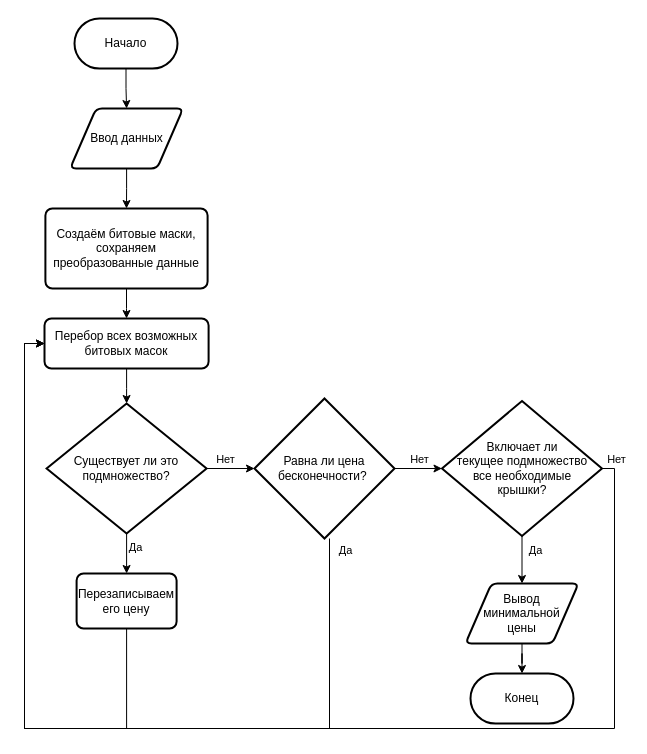
1mm0rTaLzzz/course-task-OOP keeps this draw.io diagram as Block diagram.drawio. Above is the earlier version. Source tidied: cells renumbered, new cells numbered last; positions are measured from the earlier drawing's top-left corner, leaving out a move shared by most shapes. Both pictures are drawn from the tidied source at 100%, with x=0, y=0 at pixel (24, 18).
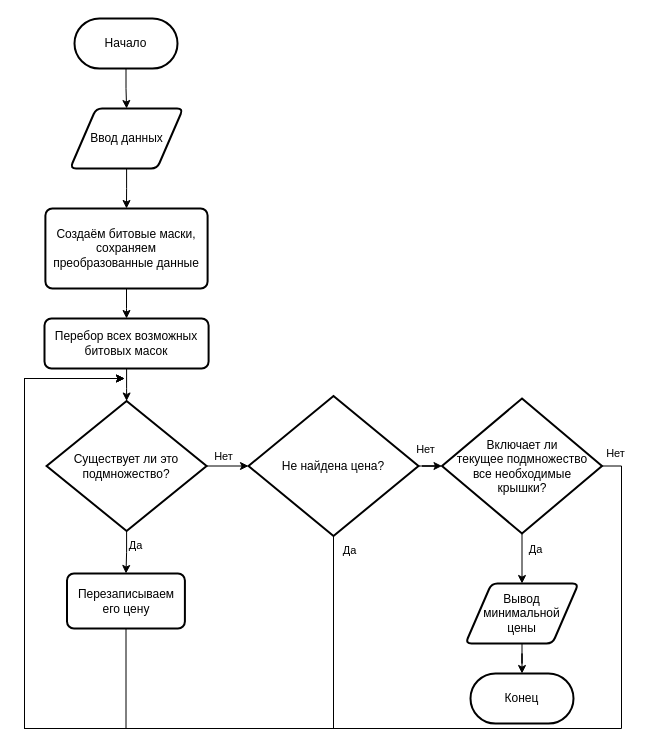
Above is the later version.

Unchanged cells that the change refers to:
```xml
<mxCell id="7" value="Перебор всех возможных битовых масок" style="rounded=1;whiteSpace=wrap;html=1;absoluteArcSize=1;arcSize=14;strokeWidth=2;" parent="1" vertex="1">
  <mxGeometry x="20" y="300" width="164.1" height="50" as="geometry" />
</mxCell>
<mxCell id="13" style="edgeStyle=orthogonalEdgeStyle;rounded=0;jettySize=auto;html=1;" parent="1" edge="1" source="17" target="22">
  <mxGeometry relative="1" as="geometry" />
</mxCell>
```

What changed in the source:
```diff
@@
     <mxCell id="12" value="Существует ли это подмножество?" style="strokeWidth=2;html=1;shape=mxgraph.flowchart.decision;whiteSpace=wrap;" parent="1" vertex="1">
-      <mxGeometry x="22.1" y="385" width="160" height="130" as="geometry" />
+      <mxGeometry x="22.1" y="382.5" width="160" height="130" as="geometry" />
     </mxCell>
@@
     <mxCell id="14" value="Нет" style="edgeLabel;html=1;align=center;verticalAlign=middle;" parent="13" vertex="1">
       <mxGeometry x="0.36" relative="1" as="geometry">
-        <mxPoint x="-8" y="-10" as="offset" />
+        <mxPoint x="1" y="-17" as="offset" />
       </mxGeometry>
     </mxCell>
-    <mxCell id="15" style="edgeStyle=orthogonalEdgeStyle;rounded=0;jettySize=auto;html=1;entryX=0;entryY=0.5;entryDx=0;entryDy=0;" parent="1" edge="1" source="17" target="7">
+    <mxCell id="15" style="edgeStyle=orthogonalEdgeStyle;rounded=0;jettySize=auto;html=1;exitX=0.5;exitY=1;exitDx=0;exitDy=0;exitPerimeter=0;" parent="1" edge="1" source="17">
       <mxGeometry relative="1" as="geometry">
+        <mxPoint x="100" y="360" as="targetPoint" />
         <Array as="points">
-          <mxPoint x="305" y="710" />
+          <mxPoint x="309" y="710" />
           <mxPoint y="710" />
-          <mxPoint y="325" />
+          <mxPoint y="360" />
+          <mxPoint x="20" y="360" />
         </Array>
       </mxGeometry>
     </mxCell>
@@
-    <mxCell id="17" value="Равна ли цена бесконечности?&amp;nbsp;" style="strokeWidth=2;html=1;shape=mxgraph.flowchart.decision;whiteSpace=wrap;" parent="1" vertex="1">
-      <mxGeometry x="230" y="380" width="140" height="140" as="geometry" />
+    <mxCell id="17" value="Не найдена цена?" style="strokeWidth=2;html=1;shape=mxgraph.flowchart.decision;whiteSpace=wrap;" parent="1" vertex="1">
+      <mxGeometry x="224" y="377.5" width="170" height="140" as="geometry" />
     </mxCell>
@@
-    <mxCell id="20" style="edgeStyle=orthogonalEdgeStyle;rounded=0;jettySize=auto;html=1;entryX=0;entryY=0.5;entryDx=0;entryDy=0;" parent="1" edge="1" source="22" target="7">
-      <mxGeometry relative="1" as="geometry">
-        <Array as="points">
-          <mxPoint x="590" y="450" />
-          <mxPoint x="590" y="710" />
-          <mxPoint y="710" />
-          <mxPoint y="325" />
-        </Array>
-      </mxGeometry>
-    </mxCell>
+    <mxCell id="30" style="edgeStyle=orthogonalEdgeStyle;rounded=0;jettySize=auto;html=1;" parent="1" edge="1" source="22">
+      <mxGeometry relative="1" as="geometry">
+        <mxPoint x="100" y="360" as="targetPoint" />
+        <Array as="points">
+          <mxPoint x="597" y="448" />
+          <mxPoint x="597" y="710" />
+          <mxPoint y="710" />
+          <mxPoint y="360" />
+        </Array>
+      </mxGeometry>
+    </mxCell>
-    <mxCell id="21" value="Нет" style="edgeLabel;html=1;align=center;verticalAlign=middle;" parent="20" vertex="1">
-      <mxGeometry x="-0.96" y="1" relative="1" as="geometry">
-        <mxPoint y="-22" as="offset" />
+    <mxCell id="21" value="Нет" style="edgeLabel;html=1;align=center;verticalAlign=middle;" parent="30" vertex="1">
+      <mxGeometry x="-0.94" y="-3" relative="1" as="geometry">
+        <mxPoint x="-4" y="-34" as="offset" />
       </mxGeometry>
     </mxCell>
     <mxCell id="22" value="Включает ли &lt;br&gt;текущее подмножество &lt;br&gt;все необходимые &lt;br&gt;крышки?" style="strokeWidth=2;html=1;shape=mxgraph.flowchart.decision;whiteSpace=wrap;" parent="1" vertex="1">
-      <mxGeometry x="417.5" y="382.5" width="160" height="135" as="geometry" />
+      <mxGeometry x="417.5" y="380" width="160" height="135" as="geometry" />
     </mxCell>
-    <mxCell id="23" style="edgeStyle=orthogonalEdgeStyle;rounded=0;jettySize=auto;html=1;entryX=0;entryY=0.5;entryDx=0;entryDy=0;" parent="1" edge="1" source="24" target="7">
+    <mxCell id="23" style="edgeStyle=orthogonalEdgeStyle;rounded=0;jettySize=auto;html=1;" parent="1" edge="1" source="24">
       <mxGeometry relative="1" as="geometry">
+        <mxPoint x="100" y="360" as="targetPoint" />
         <Array as="points">
-          <mxPoint x="102" y="710" />
+          <mxPoint x="101" y="710" />
           <mxPoint y="710" />
-          <mxPoint y="325" />
+          <mxPoint y="360" />
         </Array>
       </mxGeometry>
     </mxCell>
     <mxCell id="24" value="Перезаписываем его цену" style="rounded=1;whiteSpace=wrap;html=1;absoluteArcSize=1;arcSize=14;strokeWidth=2;" parent="1" vertex="1">
-      <mxGeometry x="52.1" y="555" width="100" height="55" as="geometry" />
+      <mxGeometry x="42.5" y="555" width="117.9" height="55" as="geometry" />
     </mxCell>
```
